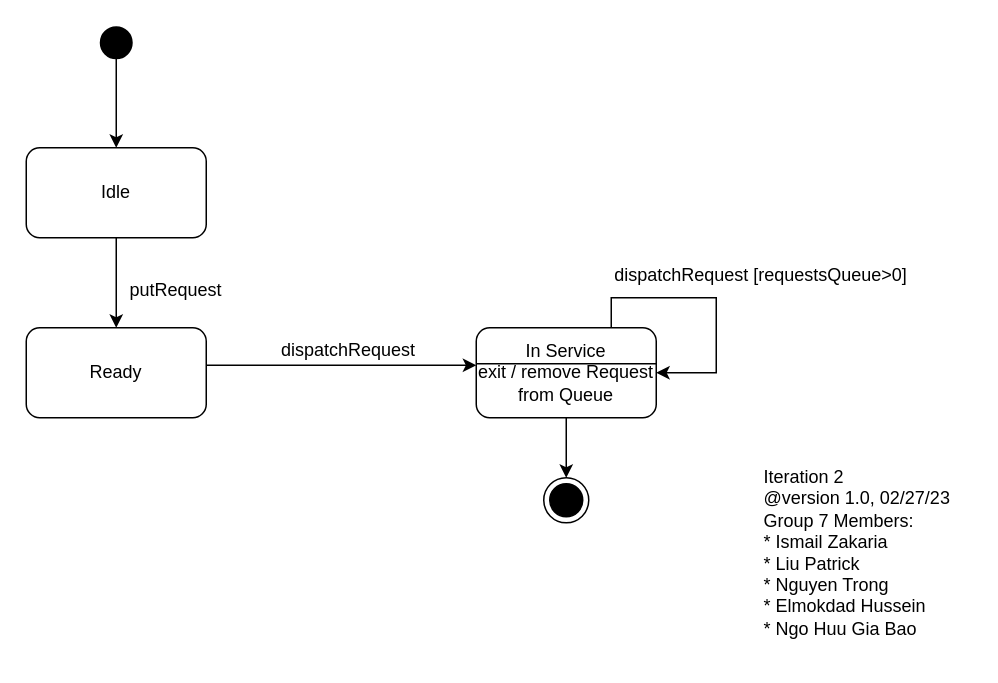
Earlier version of the draw.io diagram page "schedulerState" (4 of 4) of documentation/P3-UML.drawio (bobbyngo/Elevator-Control-System-And-Simulator). Source tidied: cells renumbered, new cells numbered last; positions are measured from the earlier drawing's top-left corner, leaving out a move shared by most shapes. Both pictures are drawn from the tidied source at 150%, with x=0, y=0 at pixel (26, 27).
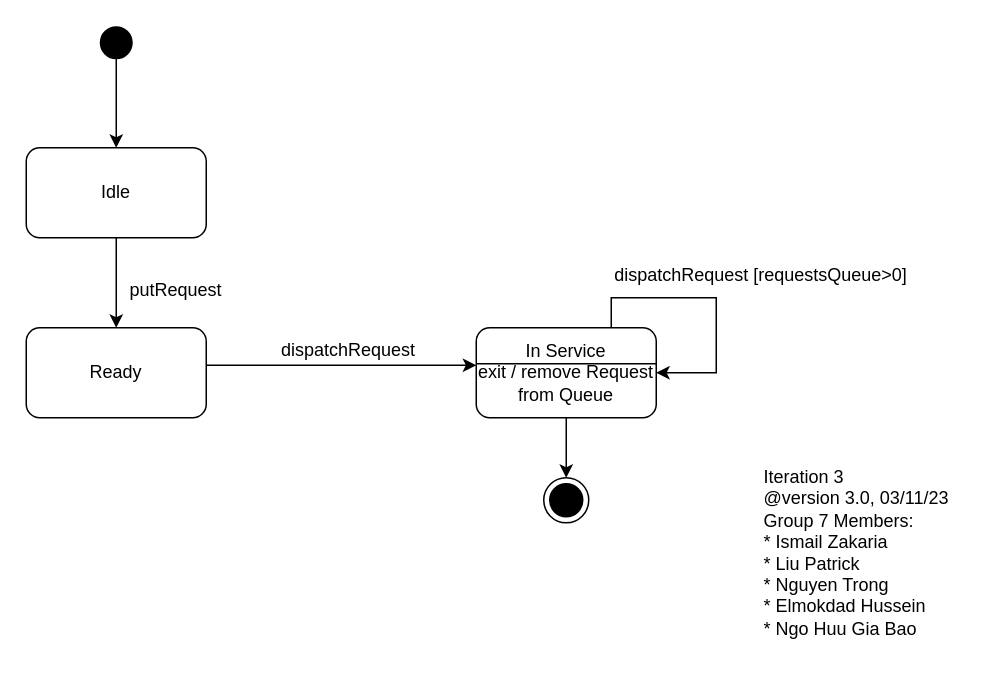
Above is the later version.

The edit, as a diff of the source:
```diff
@@
-    <mxCell id="18" value="&lt;div&gt;Iteration 2&amp;nbsp;&lt;/div&gt;&lt;div&gt;@version 1.0, 02/27/23&lt;/div&gt;&lt;div&gt;Group 7 Members:&lt;/div&gt;&lt;div&gt;* Ismail Zakaria&lt;/div&gt;&lt;div&gt;* Liu Patrick&lt;/div&gt;&lt;div&gt;* Nguyen Trong&lt;/div&gt;&lt;div&gt;* Elmokdad Hussein&lt;/div&gt;&lt;div&gt;* Ngo Huu Gia Bao&lt;/div&gt;" style="text;html=1;strokeColor=none;fillColor=none;align=left;verticalAlign=middle;whiteSpace=wrap;rounded=0;" parent="1" vertex="1">
+    <mxCell id="18" value="&lt;div&gt;Iteration 3&lt;/div&gt;&lt;div&gt;@version 3.0, 03/11/23&lt;/div&gt;&lt;div&gt;Group 7 Members:&lt;/div&gt;&lt;div&gt;* Ismail Zakaria&lt;/div&gt;&lt;div&gt;* Liu Patrick&lt;/div&gt;&lt;div&gt;* Nguyen Trong&lt;/div&gt;&lt;div&gt;* Elmokdad Hussein&lt;/div&gt;&lt;div&gt;* Ngo Huu Gia Bao&lt;/div&gt;" style="text;html=1;strokeColor=none;fillColor=none;align=left;verticalAlign=middle;whiteSpace=wrap;rounded=0;" parent="1" vertex="1">
       <mxGeometry x="490" y="280" width="140" height="140" as="geometry" />
     </mxCell>
```
